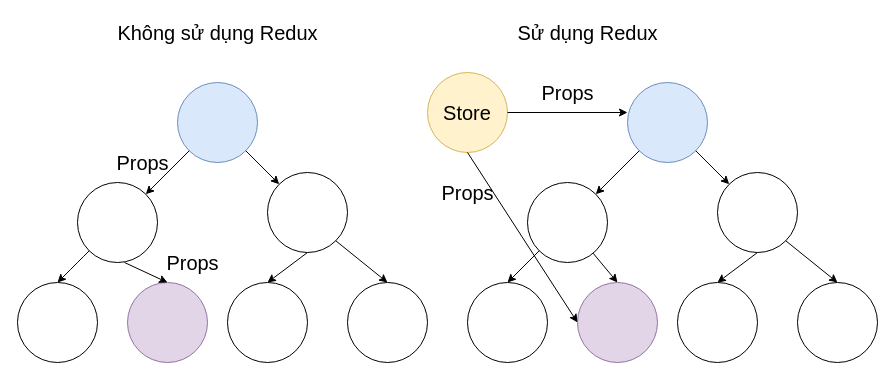
Before: page "Page-5" (17 of 27) of src/Untitled Diagram.drawio in Thuong911/vietStudy, a draw.io diagram. Source tidied: cells renumbered, new cells numbered last; positions are measured from the earlier drawing's top-left corner, leaving out a move shared by most shapes. Both pictures are drawn from the tidied source at 100%, with x=0, y=0 at pixel (17, 17).
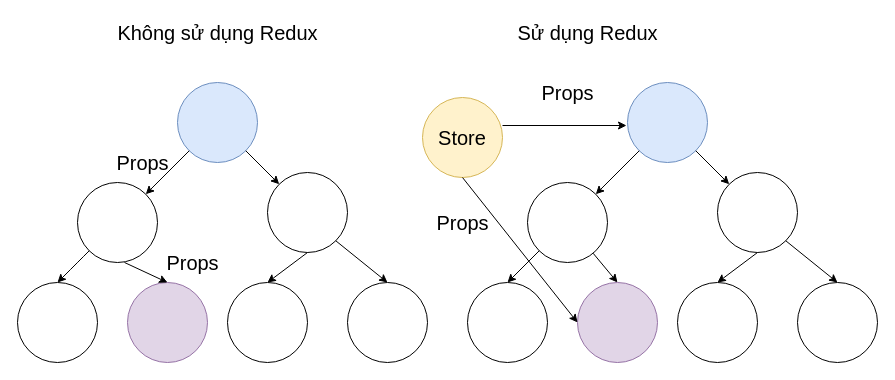
After the change.

Unchanged cells that the change refers to:
```xml
<mxCell id="8" style="ellipse;whiteSpace=wrap;html=1;fillColor=#dae8fc;strokeColor=#6c8ebf;fontSize=20;fontStyle=0;" parent="1" vertex="1">
  <mxGeometry x="610" y="65" width="80" height="80" as="geometry" />
</mxCell>
```

Change to the diagram source:
```diff
@@
     <mxCell id="28" value="Store" style="ellipse;whiteSpace=wrap;html=1;fillColor=#fff2cc;strokeColor=#d6b656;fontSize=20;fontStyle=0;" parent="1" vertex="1">
-      <mxGeometry x="410" y="55" width="80" height="80" as="geometry" />
+      <mxGeometry x="405" y="80" width="80" height="80" as="geometry" />
     </mxCell>
-    <mxCell id="29" style="endArrow=classic;html=1;entryX=0;entryY=0.375;entryDx=0;entryDy=0;entryPerimeter=0;exitX=1;exitY=0.5;exitDx=0;exitDy=0;fontSize=20;fontStyle=0;" parent="1" edge="1" source="28" target="8">
-      <mxGeometry relative="1" as="geometry" />
+    <mxCell id="29" style="endArrow=classic;html=1;exitX=1;exitY=0.35;exitDx=0;exitDy=0;fontSize=20;fontStyle=0;exitPerimeter=0;" parent="1" edge="1" source="28">
+      <mxGeometry relative="1" as="geometry">
+        <mxPoint x="609" y="108" as="targetPoint" />
+      </mxGeometry>
     </mxCell>
@@
     <mxCell id="32" value="Props" style="text;html=1;align=center;verticalAlign=middle;strokeColor=none;fontSize=20;fontStyle=0;" parent="1" vertex="1">
-      <mxGeometry x="415" y="160" width="70" height="30" as="geometry" />
+      <mxGeometry x="410" y="190" width="70" height="30" as="geometry" />
     </mxCell>
```
